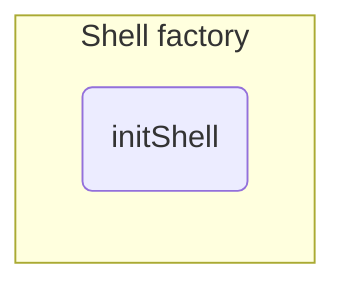
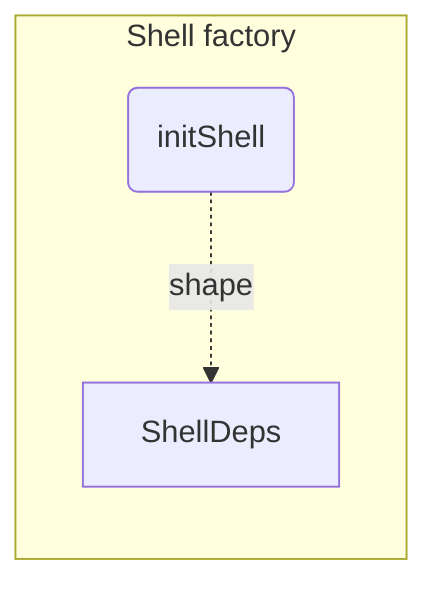
flowchart LR
%% root shell
+ 
+ %% src ShellDeps src/ide/shell.ts#ShellDeps
+ %% kind ShellDeps type
+ %% fm:meta ShellDeps desc=the one dep the shell needs from outside its own closure: renderDesign, threaded into renderHost so it can host #design (K5, SPEC_DESIGN.md §4) — house deps-injection, not a new hook

%% src initShell src/ide/shell.ts#initShell
%% kind initShell function
%% fm:meta initShell name=initShell
- %% fm:meta initShell desc=paint the 8-item rail and wire the hash router; codebase hides #host (the untouched editor shows through), the other 7 tabs render emptyPage(def) into #host — instant swap, no lifecycle (SPEC_SHELL)
+ %% fm:meta initShell desc=paint the 8-item rail and wire the hash router; codebase hides #host (the untouched editor shows through), design renders via deps.renderDesign, the other 6 tabs render emptyPage(def) into #host — instant swap, no lifecycle (SPEC_SHELL)
%% fm:meta initShell i0.name=initShell
%% fm:meta initShell i0.accepts=ctx: AppContext
+ %% fm:meta initShell i0.accepts=deps: ShellDeps
%% fm:meta initShell i0.returns=void

%% parent sh_shell shell

  subgraph sh_shell ["Shell factory"]
+     ShellDeps["ShellDeps"]
    initShell("initShell")
  end
+ 
+   initShell -.->|shape| ShellDeps
